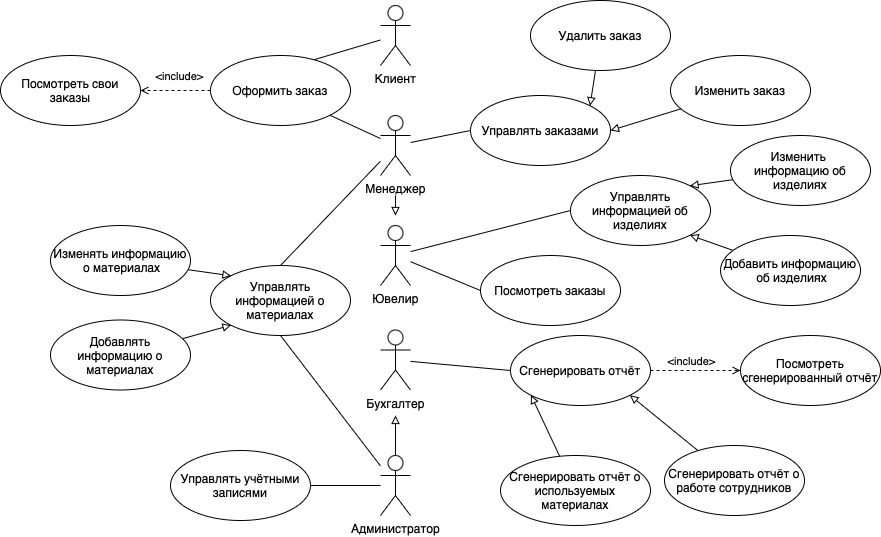
The draw.io diagram docs/use-case-diagram.drawio.png in mendokusse/jewelry-workshop, before a commit. Source tidied: cells renumbered, new cells last; positions are measured from the earlier drawing's top-left corner, leaving out a move shared by most shapes. Its diagram source:
```xml
<mxGraphModel>
  <root>
    <mxCell id="0" />
    <mxCell id="1" parent="0" />
    <mxCell id="2" style="rounded=0;jettySize=auto;html=1;entryX=0;entryY=0.5;entryDx=0;entryDy=0;endArrow=none;startFill=0;targetPerimeterSpacing=4;" parent="1" edge="1" source="3" target="20">
      <mxGeometry relative="1" as="geometry" />
    </mxCell>
    <mxCell id="3" value="Клиент" style="shape=umlActor;verticalLabelPosition=bottom;verticalAlign=top;html=1;" parent="1" vertex="1">
      <mxGeometry x="380" y="5" width="30" height="60" as="geometry" />
    </mxCell>
    <mxCell id="4" style="rounded=0;jettySize=auto;html=1;entryX=0;entryY=0.5;entryDx=0;entryDy=0;endArrow=none;startFill=0;" parent="1" edge="1" source="6" target="31">
      <mxGeometry relative="1" as="geometry" />
    </mxCell>
    <mxCell id="5" style="rounded=0;jettySize=auto;html=1;entryX=0;entryY=0.5;entryDx=0;entryDy=0;endArrow=none;startFill=0;" parent="1" edge="1" source="6" target="28">
      <mxGeometry relative="1" as="geometry" />
    </mxCell>
    <mxCell id="6" value="Ювелир" style="shape=umlActor;verticalLabelPosition=bottom;verticalAlign=top;html=1;" parent="1" vertex="1">
      <mxGeometry x="380" y="225" width="30" height="60" as="geometry" />
    </mxCell>
    <mxCell id="7" style="rounded=0;jettySize=auto;html=1;entryX=0;entryY=0.5;entryDx=0;entryDy=0;endArrow=none;startFill=0;" parent="1" edge="1" source="11" target="27">
      <mxGeometry relative="1" as="geometry" />
    </mxCell>
    <mxCell id="8" style="edgeStyle=orthogonalEdgeStyle;rounded=0;jettySize=auto;html=1;sourcePerimeterSpacing=20;endArrow=block;endFill=0;" parent="1" edge="1" source="11">
      <mxGeometry relative="1" as="geometry">
        <mxPoint x="395" y="215" as="targetPoint" />
      </mxGeometry>
    </mxCell>
    <mxCell id="9" style="rounded=0;jettySize=auto;html=1;entryX=1;entryY=1;entryDx=0;entryDy=0;endArrow=none;startFill=0;" parent="1" edge="1" source="11" target="20">
      <mxGeometry relative="1" as="geometry" />
    </mxCell>
    <mxCell id="10" style="rounded=0;jettySize=auto;html=1;entryX=0.5;entryY=0;entryDx=0;entryDy=0;endArrow=none;startFill=0;" parent="1" edge="1" source="11" target="32">
      <mxGeometry relative="1" as="geometry" />
    </mxCell>
    <mxCell id="11" value="Менеджер" style="shape=umlActor;verticalLabelPosition=bottom;verticalAlign=top;html=1;" parent="1" vertex="1">
      <mxGeometry x="380" y="115" width="30" height="60" as="geometry" />
    </mxCell>
    <mxCell id="12" style="rounded=0;jettySize=auto;html=1;entryX=0;entryY=0.5;entryDx=0;entryDy=0;endArrow=none;startFill=0;" parent="1" edge="1" source="13" target="24">
      <mxGeometry relative="1" as="geometry" />
    </mxCell>
    <mxCell id="13" value="Бухгалтер" style="shape=umlActor;verticalLabelPosition=bottom;verticalAlign=top;html=1;" parent="1" vertex="1">
      <mxGeometry x="380" y="329.5" width="30" height="60" as="geometry" />
    </mxCell>
    <mxCell id="14" style="rounded=0;jettySize=auto;html=1;entryX=0.5;entryY=1;entryDx=0;entryDy=0;endArrow=none;startFill=0;" parent="1" edge="1" source="17" target="32">
      <mxGeometry relative="1" as="geometry" />
    </mxCell>
    <mxCell id="15" style="rounded=0;jettySize=auto;html=1;entryX=1;entryY=0.5;entryDx=0;entryDy=0;endArrow=none;startFill=0;" parent="1" edge="1" source="17" target="26">
      <mxGeometry relative="1" as="geometry" />
    </mxCell>
    <mxCell id="16" style="edgeStyle=orthogonalEdgeStyle;rounded=0;jettySize=auto;html=1;endArrow=block;endFill=0;" parent="1" edge="1" source="17">
      <mxGeometry relative="1" as="geometry">
        <mxPoint x="395" y="415" as="targetPoint" />
      </mxGeometry>
    </mxCell>
    <mxCell id="17" value="Администратор" style="shape=umlActor;verticalLabelPosition=bottom;verticalAlign=top;html=1;" parent="1" vertex="1">
      <mxGeometry x="380" y="455" width="30" height="60" as="geometry" />
    </mxCell>
    <mxCell id="18" style="rounded=0;jettySize=auto;html=1;entryX=1;entryY=0.5;entryDx=0;entryDy=0;endArrow=open;startFill=0;endFill=0;dashed=1;" parent="1" edge="1" source="20" target="21">
      <mxGeometry relative="1" as="geometry" />
    </mxCell>
    <mxCell id="19" value="&amp;lt;include&amp;gt;" style="edgeLabel;html=1;align=center;verticalAlign=middle;" parent="18" vertex="1">
      <mxGeometry x="-0.27" relative="1" as="geometry">
        <mxPoint x="-7" y="-15" as="offset" />
      </mxGeometry>
    </mxCell>
    <mxCell id="20" value="Оформить заказ" style="ellipse;whiteSpace=wrap;html=1;" parent="1" vertex="1">
      <mxGeometry x="210" y="55" width="140" height="70" as="geometry" />
    </mxCell>
    <mxCell id="21" value="Посмотреть свои заказы" style="ellipse;whiteSpace=wrap;html=1;" parent="1" vertex="1">
      <mxGeometry y="55" width="140" height="70" as="geometry" />
    </mxCell>
    <mxCell id="22" style="rounded=0;jettySize=auto;html=1;entryX=0;entryY=0.5;entryDx=0;entryDy=0;dashed=1;endArrow=open;endFill=0;" parent="1" edge="1" source="24" target="25">
      <mxGeometry relative="1" as="geometry" />
    </mxCell>
    <mxCell id="23" value="&amp;lt;include&amp;gt;" style="edgeLabel;html=1;align=center;verticalAlign=middle;" parent="22" vertex="1">
      <mxGeometry x="-0.34" relative="1" as="geometry">
        <mxPoint x="10" y="-10" as="offset" />
      </mxGeometry>
    </mxCell>
    <mxCell id="24" value="Сгенерировать отчёт" style="ellipse;whiteSpace=wrap;html=1;" parent="1" vertex="1">
      <mxGeometry x="510" y="335" width="140" height="70" as="geometry" />
    </mxCell>
    <mxCell id="25" value="Посмотреть сгенерированный отчёт" style="ellipse;whiteSpace=wrap;html=1;" parent="1" vertex="1">
      <mxGeometry x="740" y="335" width="140" height="70" as="geometry" />
    </mxCell>
    <mxCell id="26" value="Управлять учётными записями" style="ellipse;whiteSpace=wrap;html=1;" parent="1" vertex="1">
      <mxGeometry x="170" y="450" width="140" height="70" as="geometry" />
    </mxCell>
    <mxCell id="27" value="Управлять заказами" style="ellipse;whiteSpace=wrap;html=1;" parent="1" vertex="1">
      <mxGeometry x="470" y="95" width="140" height="70" as="geometry" />
    </mxCell>
    <mxCell id="28" value="Управлять информацией об изделиях" style="ellipse;whiteSpace=wrap;html=1;" parent="1" vertex="1">
      <mxGeometry x="570" y="175" width="140" height="70" as="geometry" />
    </mxCell>
    <mxCell id="29" style="rounded=0;jettySize=auto;html=1;entryX=1;entryY=0;entryDx=0;entryDy=0;endArrow=block;endFill=0;" parent="1" edge="1" source="30" target="28">
      <mxGeometry relative="1" as="geometry" />
    </mxCell>
    <mxCell id="30" value="Изменить&amp;nbsp;&lt;div&gt;информацию об изделиях&lt;/div&gt;" style="ellipse;whiteSpace=wrap;html=1;" parent="1" vertex="1">
      <mxGeometry x="730" y="135" width="140" height="70" as="geometry" />
    </mxCell>
    <mxCell id="31" value="Посмотреть заказы" style="ellipse;whiteSpace=wrap;html=1;" parent="1" vertex="1">
      <mxGeometry x="480" y="255" width="140" height="70" as="geometry" />
    </mxCell>
    <mxCell id="32" value="Управлять информацией о материалах" style="ellipse;whiteSpace=wrap;html=1;" parent="1" vertex="1">
      <mxGeometry x="210" y="265" width="140" height="70" as="geometry" />
    </mxCell>
    <mxCell id="33" style="rounded=0;jettySize=auto;html=1;entryX=0;entryY=0;entryDx=0;entryDy=0;endArrow=block;endFill=0;" parent="1" edge="1" source="34" target="32">
      <mxGeometry relative="1" as="geometry" />
    </mxCell>
    <mxCell id="34" value="Изменять информацию&lt;div&gt;&amp;nbsp;о материалах&lt;/div&gt;" style="ellipse;whiteSpace=wrap;html=1;" parent="1" vertex="1">
      <mxGeometry x="50" y="225" width="140" height="70" as="geometry" />
    </mxCell>
    <mxCell id="35" style="rounded=0;jettySize=auto;html=1;entryX=1;entryY=1;entryDx=0;entryDy=0;endArrow=block;endFill=0;" parent="1" edge="1" source="36" target="24">
      <mxGeometry relative="1" as="geometry" />
    </mxCell>
    <mxCell id="36" value="Сгенерировать отчёт о работе сотрудников" style="ellipse;whiteSpace=wrap;html=1;" parent="1" vertex="1">
      <mxGeometry x="664" y="445" width="140" height="70" as="geometry" />
    </mxCell>
    <mxCell id="37" style="rounded=0;jettySize=auto;html=1;entryX=0;entryY=1;entryDx=0;entryDy=0;endArrow=block;endFill=0;" parent="1" edge="1" source="38" target="24">
      <mxGeometry relative="1" as="geometry" />
    </mxCell>
    <mxCell id="38" value="Сгенерировать отчёт о используемых материалах" style="ellipse;whiteSpace=wrap;html=1;" parent="1" vertex="1">
      <mxGeometry x="500" y="455" width="150" height="70" as="geometry" />
    </mxCell>
    <mxCell id="39" style="rounded=0;jettySize=auto;html=1;entryX=1;entryY=0;entryDx=0;entryDy=0;endArrow=block;endFill=0;" parent="1" edge="1" source="40" target="27">
      <mxGeometry relative="1" as="geometry" />
    </mxCell>
    <mxCell id="40" value="Удалить заказ" style="ellipse;whiteSpace=wrap;html=1;" parent="1" vertex="1">
      <mxGeometry x="530" width="140" height="70" as="geometry" />
    </mxCell>
    <mxCell id="41" style="rounded=0;jettySize=auto;html=1;entryX=1;entryY=0.5;entryDx=0;entryDy=0;endArrow=block;endFill=0;" parent="1" edge="1" source="42" target="27">
      <mxGeometry relative="1" as="geometry" />
    </mxCell>
    <mxCell id="42" value="Изменить заказ" style="ellipse;whiteSpace=wrap;html=1;" parent="1" vertex="1">
      <mxGeometry x="670" y="55" width="140" height="70" as="geometry" />
    </mxCell>
    <mxCell id="43" style="rounded=0;jettySize=auto;html=1;entryX=0;entryY=1;entryDx=0;entryDy=0;endArrow=block;endFill=0;" parent="1" edge="1" source="44" target="32">
      <mxGeometry relative="1" as="geometry" />
    </mxCell>
    <mxCell id="44" value="Добавлять информацию о материалах" style="ellipse;whiteSpace=wrap;html=1;" parent="1" vertex="1">
      <mxGeometry x="50" y="319.5" width="140" height="70" as="geometry" />
    </mxCell>
    <mxCell id="45" style="rounded=0;jettySize=auto;html=1;entryX=1;entryY=1;entryDx=0;entryDy=0;endArrow=block;endFill=0;" parent="1" edge="1" source="46" target="28">
      <mxGeometry relative="1" as="geometry" />
    </mxCell>
    <mxCell id="46" value="Добавить информацию&lt;div&gt;&amp;nbsp;об изделиях&lt;/div&gt;" style="ellipse;whiteSpace=wrap;html=1;" parent="1" vertex="1">
      <mxGeometry x="720" y="235" width="140" height="70" as="geometry" />
    </mxCell>
  </root>
</mxGraphModel>
```
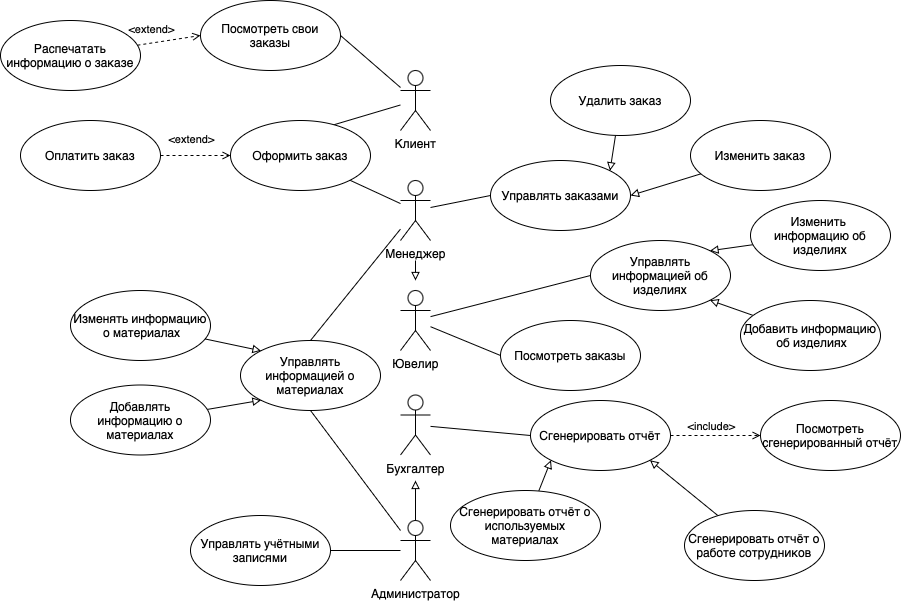
After the change.

Commit message:
fix use-case diagram

Diff of the diagram source:
```diff
@@ -5,6 +5,9 @@
     <mxCell id="2" style="rounded=0;jettySize=auto;html=1;entryX=0;entryY=0.5;entryDx=0;entryDy=0;endArrow=none;startFill=0;targetPerimeterSpacing=4;" parent="1" edge="1" source="3" target="20">
       <mxGeometry relative="1" as="geometry" />
     </mxCell>
+    <mxCell id="47" style="rounded=0;jettySize=auto;html=1;entryX=1;entryY=0.5;entryDx=0;entryDy=0;endArrow=none;startFill=0;" parent="1" edge="1" source="3" target="21">
+      <mxGeometry relative="1" as="geometry" />
+    </mxCell>
     <mxCell id="3" value="Клиент" style="shape=umlActor;verticalLabelPosition=bottom;verticalAlign=top;html=1;" parent="1" vertex="1">
       <mxGeometry x="380" y="5" width="30" height="60" as="geometry" />
     </mxCell>
@@ -54,19 +57,11 @@
     <mxCell id="17" value="Администратор" style="shape=umlActor;verticalLabelPosition=bottom;verticalAlign=top;html=1;" parent="1" vertex="1">
       <mxGeometry x="380" y="455" width="30" height="60" as="geometry" />
     </mxCell>
-    <mxCell id="18" style="rounded=0;jettySize=auto;html=1;entryX=1;entryY=0.5;entryDx=0;entryDy=0;endArrow=open;startFill=0;endFill=0;dashed=1;" parent="1" edge="1" source="20" target="21">
-      <mxGeometry relative="1" as="geometry" />
-    </mxCell>
-    <mxCell id="19" value="&amp;lt;include&amp;gt;" style="edgeLabel;html=1;align=center;verticalAlign=middle;" parent="18" vertex="1">
-      <mxGeometry x="-0.27" relative="1" as="geometry">
-        <mxPoint x="-7" y="-15" as="offset" />
-      </mxGeometry>
-    </mxCell>
     <mxCell id="20" value="Оформить заказ" style="ellipse;whiteSpace=wrap;html=1;" parent="1" vertex="1">
       <mxGeometry x="210" y="55" width="140" height="70" as="geometry" />
     </mxCell>
     <mxCell id="21" value="Посмотреть свои заказы" style="ellipse;whiteSpace=wrap;html=1;" parent="1" vertex="1">
-      <mxGeometry y="55" width="140" height="70" as="geometry" />
+      <mxGeometry x="180" y="-65" width="140" height="70" as="geometry" />
     </mxCell>
     <mxCell id="22" style="rounded=0;jettySize=auto;html=1;entryX=0;entryY=0.5;entryDx=0;entryDy=0;dashed=1;endArrow=open;endFill=0;" parent="1" edge="1" source="24" target="25">
       <mxGeometry relative="1" as="geometry" />
@@ -101,7 +96,7 @@
       <mxGeometry x="480" y="255" width="140" height="70" as="geometry" />
     </mxCell>
     <mxCell id="32" value="Управлять информацией о материалах" style="ellipse;whiteSpace=wrap;html=1;" parent="1" vertex="1">
-      <mxGeometry x="210" y="265" width="140" height="70" as="geometry" />
+      <mxGeometry x="220" y="275" width="140" height="70" as="geometry" />
     </mxCell>
     <mxCell id="33" style="rounded=0;jettySize=auto;html=1;entryX=0;entryY=0;entryDx=0;entryDy=0;endArrow=block;endFill=0;" parent="1" edge="1" source="34" target="32">
       <mxGeometry relative="1" as="geometry" />
@@ -119,7 +114,7 @@
       <mxGeometry relative="1" as="geometry" />
     </mxCell>
     <mxCell id="38" value="Сгенерировать отчёт о используемых материалах" style="ellipse;whiteSpace=wrap;html=1;" parent="1" vertex="1">
-      <mxGeometry x="500" y="455" width="150" height="70" as="geometry" />
+      <mxGeometry x="430" y="425" width="150" height="70" as="geometry" />
     </mxCell>
     <mxCell id="39" style="rounded=0;jettySize=auto;html=1;entryX=1;entryY=0;entryDx=0;entryDy=0;endArrow=block;endFill=0;" parent="1" edge="1" source="40" target="27">
       <mxGeometry relative="1" as="geometry" />
@@ -145,5 +140,27 @@
     <mxCell id="46" value="Добавить информацию&lt;div&gt;&amp;nbsp;об изделиях&lt;/div&gt;" style="ellipse;whiteSpace=wrap;html=1;" parent="1" vertex="1">
       <mxGeometry x="720" y="235" width="140" height="70" as="geometry" />
     </mxCell>
+    <mxCell id="48" style="rounded=0;jettySize=auto;html=1;entryX=0;entryY=0.5;entryDx=0;entryDy=0;dashed=1;endArrow=open;endFill=0;" parent="1" edge="1" source="49" target="21">
+      <mxGeometry relative="1" as="geometry" />
+    </mxCell>
+    <mxCell id="49" value="Распечатать информацию о заказе" style="ellipse;whiteSpace=wrap;html=1;" parent="1" vertex="1">
+      <mxGeometry x="-20" y="-45" width="140" height="70" as="geometry" />
+    </mxCell>
+    <mxCell id="50" value="&amp;lt;extend&amp;gt;" style="edgeLabel;html=1;align=center;verticalAlign=middle;" parent="1" vertex="1">
+      <mxGeometry x="140" y="-35" as="geometry">
+        <mxPoint x="-10" y="-2" as="offset" />
+      </mxGeometry>
+    </mxCell>
+    <mxCell id="51" style="edgeStyle=orthogonalEdgeStyle;rounded=0;jettySize=auto;html=1;dashed=1;endArrow=open;endFill=0;" parent="1" edge="1" source="52" target="20">
+      <mxGeometry relative="1" as="geometry" />
+    </mxCell>
+    <mxCell id="52" value="Оплатить заказ" style="ellipse;whiteSpace=wrap;html=1;" parent="1" vertex="1">
+      <mxGeometry y="55" width="140" height="70" as="geometry" />
+    </mxCell>
+    <mxCell id="53" value="&amp;lt;extend&amp;gt;" style="edgeLabel;html=1;align=center;verticalAlign=middle;" parent="1" vertex="1">
+      <mxGeometry x="180" y="75" as="geometry">
+        <mxPoint x="-10" y="-2" as="offset" />
+      </mxGeometry>
+    </mxCell>
   </root>
 </mxGraphModel>
```
